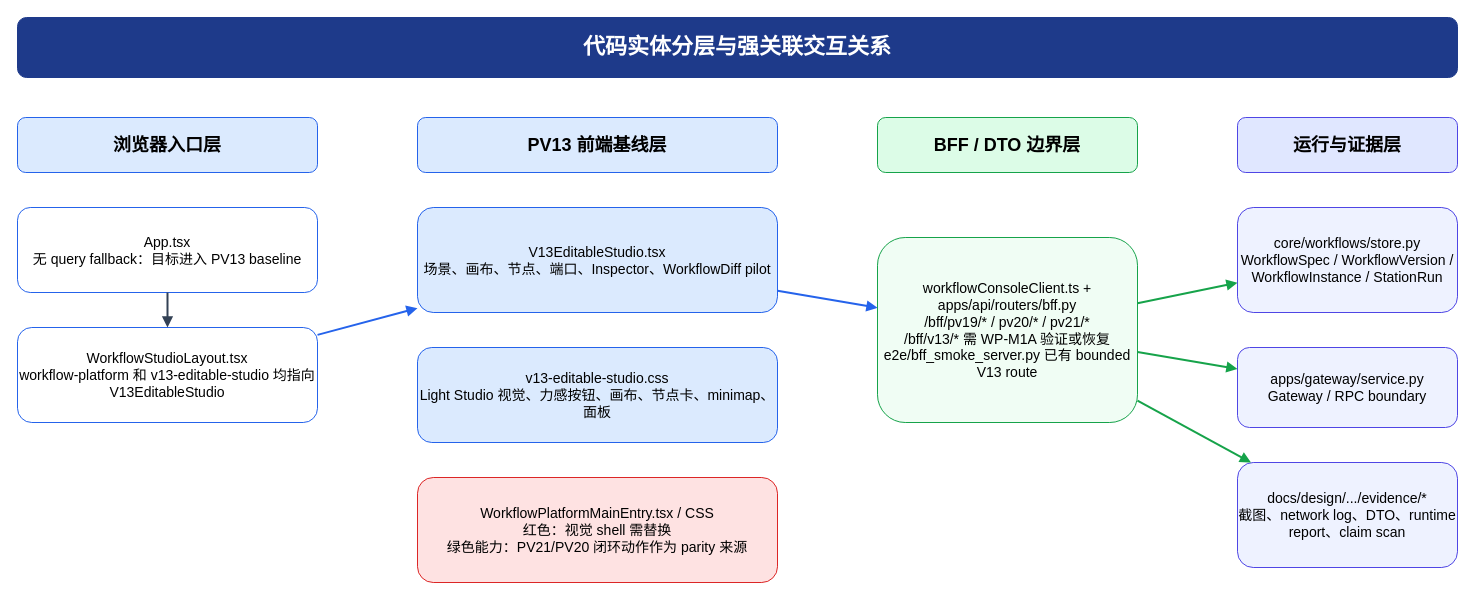
ljx418/harnessOS keeps this draw.io diagram as page "代码实体分层与交互" (3 of 7) of docs/design/V12-V15.x/workflow_platform_main_entry_gap_analysis.drawio. Above is the earlier version. Source tidied: cells renumbered, new cells numbered last; positions are measured from the earlier drawing's top-left corner, leaving out a move shared by most shapes. Both pictures are drawn from the tidied source at 100%, with x=0, y=0 at pixel (17, 17).
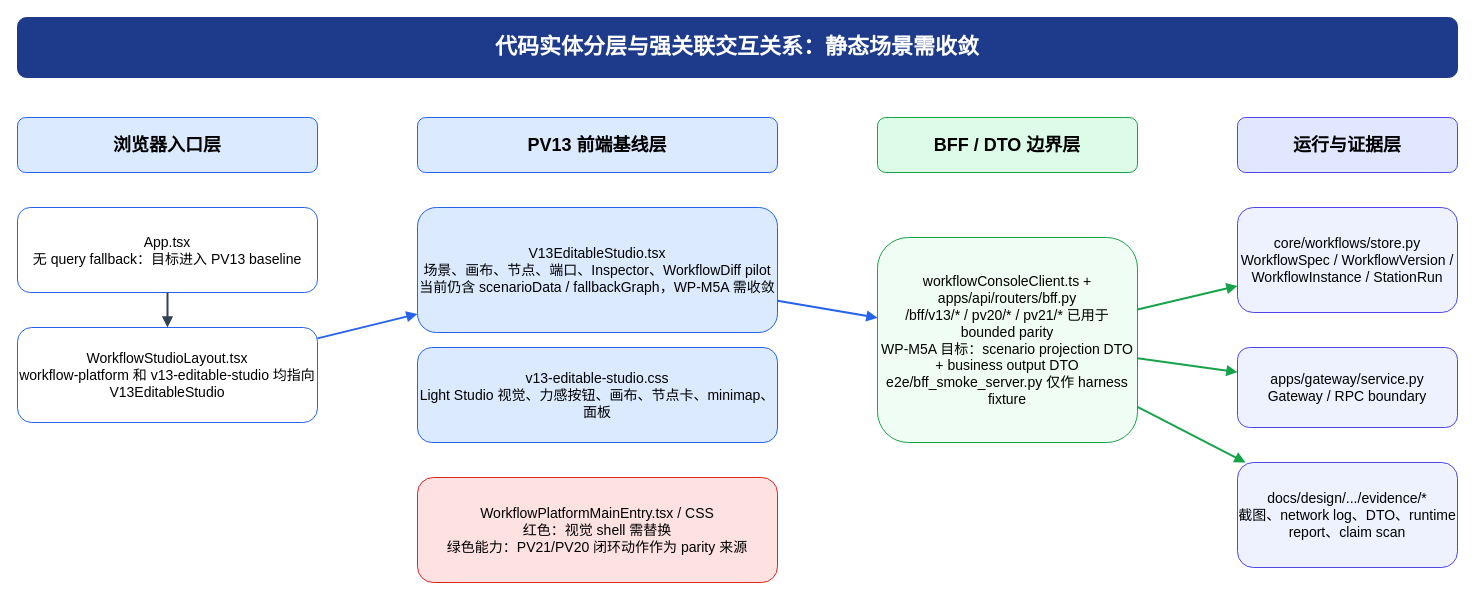
Above is the later version.

The edit, as a diff of the source:
```diff
@@
-    <mxCell id="2" value="代码实体分层与强关联交互关系" style="rounded=1;whiteSpace=wrap;html=1;fillColor=#1E3A8A;fontColor=#FFFFFF;strokeColor=#1E3A8A;fontSize=22;fontStyle=1;" parent="1" vertex="1">
+    <mxCell id="2" value="代码实体分层与强关联交互关系：静态场景需收敛" style="rounded=1;whiteSpace=wrap;html=1;fillColor=#1E3A8A;fontColor=#FFFFFF;strokeColor=#1E3A8A;fontSize=22;fontStyle=1;" parent="1" vertex="1">
       <mxGeometry width="1440" height="60" as="geometry" />
     </mxCell>
@@
-    <mxCell id="7" value="V13EditableStudio.tsx&lt;br&gt;场景、画布、节点、端口、Inspector、WorkflowDiff pilot" style="rounded=1;whiteSpace=wrap;html=1;fillColor=#DBEAFE;strokeColor=#2563EB;fontSize=14;" parent="1" vertex="1">
-      <mxGeometry x="400" y="190" width="360" height="105" as="geometry" />
+    <mxCell id="7" value="V13EditableStudio.tsx&lt;br&gt;场景、画布、节点、端口、Inspector、WorkflowDiff pilot&lt;br&gt;当前仍含 scenarioData / fallbackGraph，WP-M5A 需收敛" style="rounded=1;whiteSpace=wrap;html=1;fillColor=#DBEAFE;strokeColor=#2563EB;fontSize=14;" parent="1" vertex="1">
+      <mxGeometry x="400" y="190" width="360" height="125" as="geometry" />
     </mxCell>
@@
-    <mxCell id="11" value="workflowConsoleClient.ts + apps/api/routers/bff.py&lt;br&gt;/bff/pv19/* / pv20/* / pv21/*&lt;br&gt;/bff/v13/* 需 WP-M1A 验证或恢复&lt;br&gt;e2e/bff_smoke_server.py 已有 bounded V13 route" style="rounded=1;whiteSpace=wrap;html=1;fillColor=#F0FDF4;strokeColor=#16A34A;fontSize=14;" parent="1" vertex="1">
-      <mxGeometry x="860" y="220" width="260" height="185" as="geometry" />
+    <mxCell id="11" value="workflowConsoleClient.ts + apps/api/routers/bff.py&lt;br&gt;/bff/v13/* / pv20/* / pv21/* 已用于 bounded parity&lt;br&gt;WP-M5A 目标：scenario projection DTO + business output DTO&lt;br&gt;e2e/bff_smoke_server.py 仅作 harness fixture" style="rounded=1;whiteSpace=wrap;html=1;fillColor=#F0FDF4;strokeColor=#16A34A;fontSize=14;" parent="1" vertex="1">
+      <mxGeometry x="860" y="220" width="260" height="205" as="geometry" />
     </mxCell>
```
